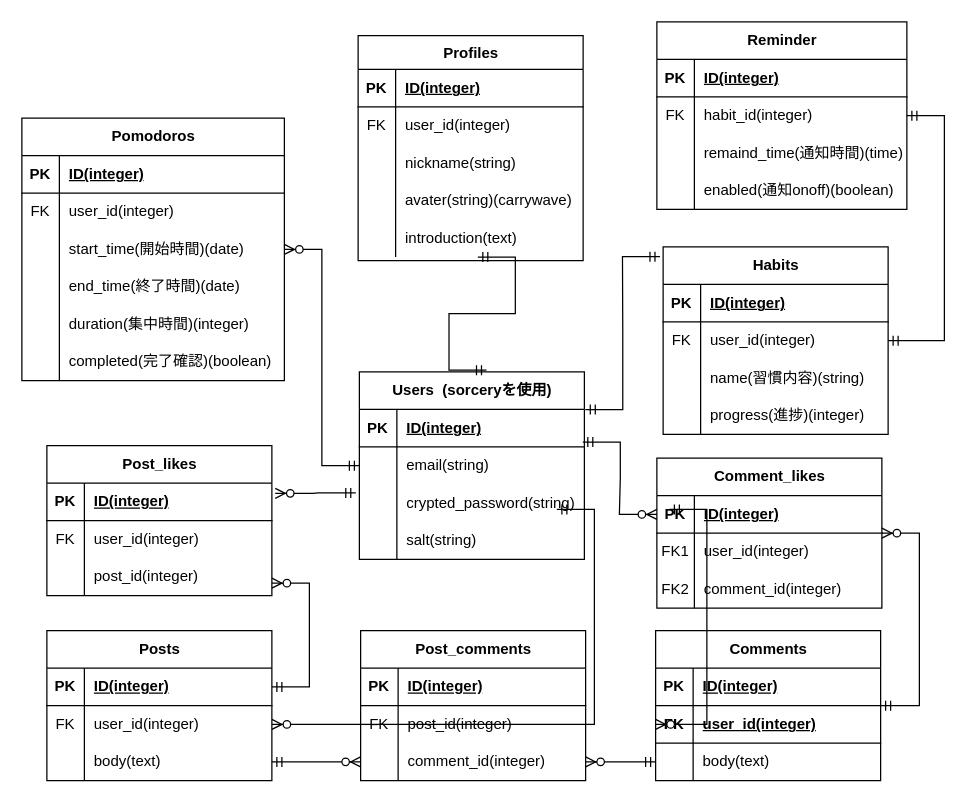
2bs2bs/syukan_meter keeps this draw.io diagram as syukan_maiter.drawio. Above is the earlier version. Source tidied: cells renumbered, new cells numbered last; positions are measured from the earlier drawing's top-left corner, leaving out a move shared by most shapes. Both pictures are drawn from the tidied source at 125%, with x=0, y=0 at pixel (21, 21).
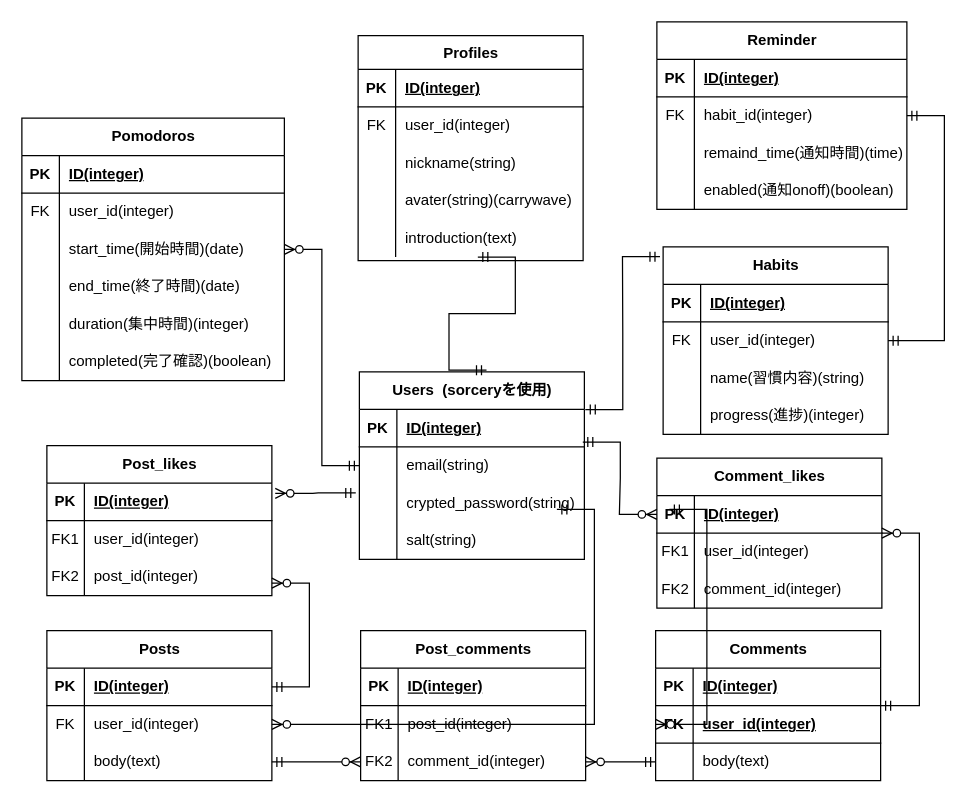
The same page after the edit.

Commit message (it also covers changes not shown here):
syukan_maiter.drawio を更新します

The change refers to these unchanged cells:
```xml
<mxCell id="52" style="shape=tableRow;horizontal=0;startSize=0;swimlaneHead=0;swimlaneBody=0;fillColor=none;top=0;left=0;right=0;bottom=0;" parent="48" vertex="1">
  <mxGeometry y="60" width="180" height="30" as="geometry" />
</mxCell>
<mxCell id="55" style="shape=tableRow;horizontal=0;startSize=0;swimlaneHead=0;swimlaneBody=0;fillColor=none;points=[[0,0.5],[1,0.5]];portConstraint=eastwest;top=0;left=0;right=0;bottom=0;" parent="48" vertex="1">
  <mxGeometry y="90" width="180" height="30" as="geometry" />
</mxCell>
<mxCell id="62" style="shape=tableRow;horizontal=0;startSize=0;swimlaneHead=0;swimlaneBody=0;fillColor=none;top=0;left=0;right=0;bottom=0;" parent="58" vertex="1">
  <mxGeometry y="60" width="180" height="30" as="geometry" />
</mxCell>
<mxCell id="65" style="shape=tableRow;horizontal=0;startSize=0;swimlaneHead=0;swimlaneBody=0;fillColor=none;points=[[0,0.5],[1,0.5]];portConstraint=eastwest;top=0;left=0;right=0;bottom=0;" parent="58" vertex="1">
  <mxGeometry y="90" width="180" height="30" as="geometry" />
</mxCell>
```

Change to the diagram source:
```diff
@@
-    <mxCell id="53" value="FK" style="shape=partialRectangle;fillColor=none;top=0;left=0;bottom=0;right=0;overflow=hidden;whiteSpace=wrap;html=1;" parent="52" vertex="1">
+    <mxCell id="53" value="FK1" style="shape=partialRectangle;fillColor=none;top=0;left=0;bottom=0;right=0;overflow=hidden;whiteSpace=wrap;html=1;" parent="52" vertex="1">
       <mxGeometry width="30" height="30" as="geometry" />
     </mxCell>
@@
-    <mxCell id="56" style="shape=partialRectangle;fillColor=none;top=0;left=0;bottom=0;right=0;overflow=hidden;whiteSpace=wrap;html=1;" parent="55" vertex="1">
+    <mxCell id="56" value="FK2" style="shape=partialRectangle;fillColor=none;top=0;left=0;bottom=0;right=0;overflow=hidden;whiteSpace=wrap;html=1;" parent="55" vertex="1">
       <mxGeometry width="30" height="30" as="geometry" />
     </mxCell>
@@
-    <mxCell id="63" value="FK" style="shape=partialRectangle;fillColor=none;top=0;left=0;bottom=0;right=0;overflow=hidden;whiteSpace=wrap;html=1;" parent="62" vertex="1">
+    <mxCell id="63" value="FK1" style="shape=partialRectangle;fillColor=none;top=0;left=0;bottom=0;right=0;overflow=hidden;whiteSpace=wrap;html=1;" parent="62" vertex="1">
       <mxGeometry width="30" height="30" as="geometry" />
     </mxCell>
@@
-    <mxCell id="66" style="shape=partialRectangle;fillColor=none;top=0;left=0;bottom=0;right=0;overflow=hidden;whiteSpace=wrap;html=1;" parent="65" vertex="1">
+    <mxCell id="66" value="FK2" style="shape=partialRectangle;fillColor=none;top=0;left=0;bottom=0;right=0;overflow=hidden;whiteSpace=wrap;html=1;" parent="65" vertex="1">
       <mxGeometry width="30" height="30" as="geometry" />
     </mxCell>
```
